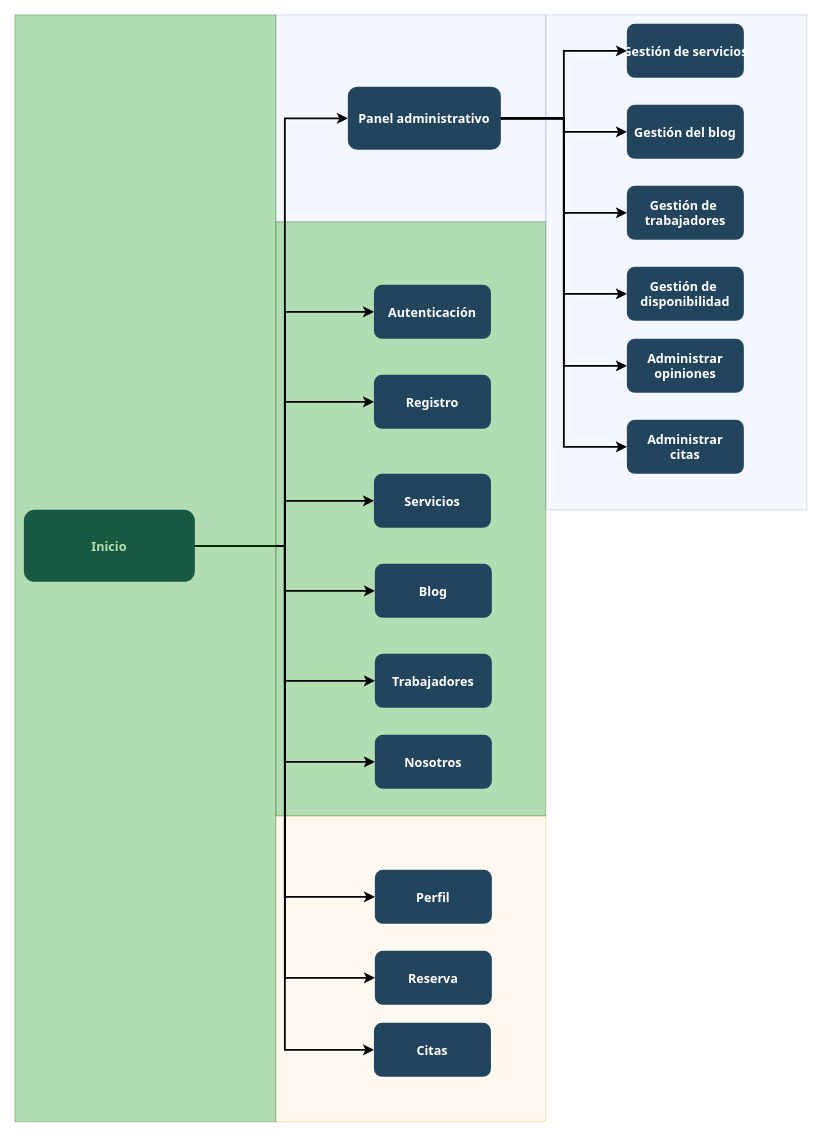
carterror/citalegal-transconsul keeps this draw.io diagram as Untitled Diagram.drawio. Above is the earlier version. Source tidied: cells renumbered, new cells numbered last; positions are measured from the earlier drawing's top-left corner, leaving out a move shared by most shapes. Both pictures are drawn from the tidied source at 90%, with x=0, y=0 at pixel (14, 14).
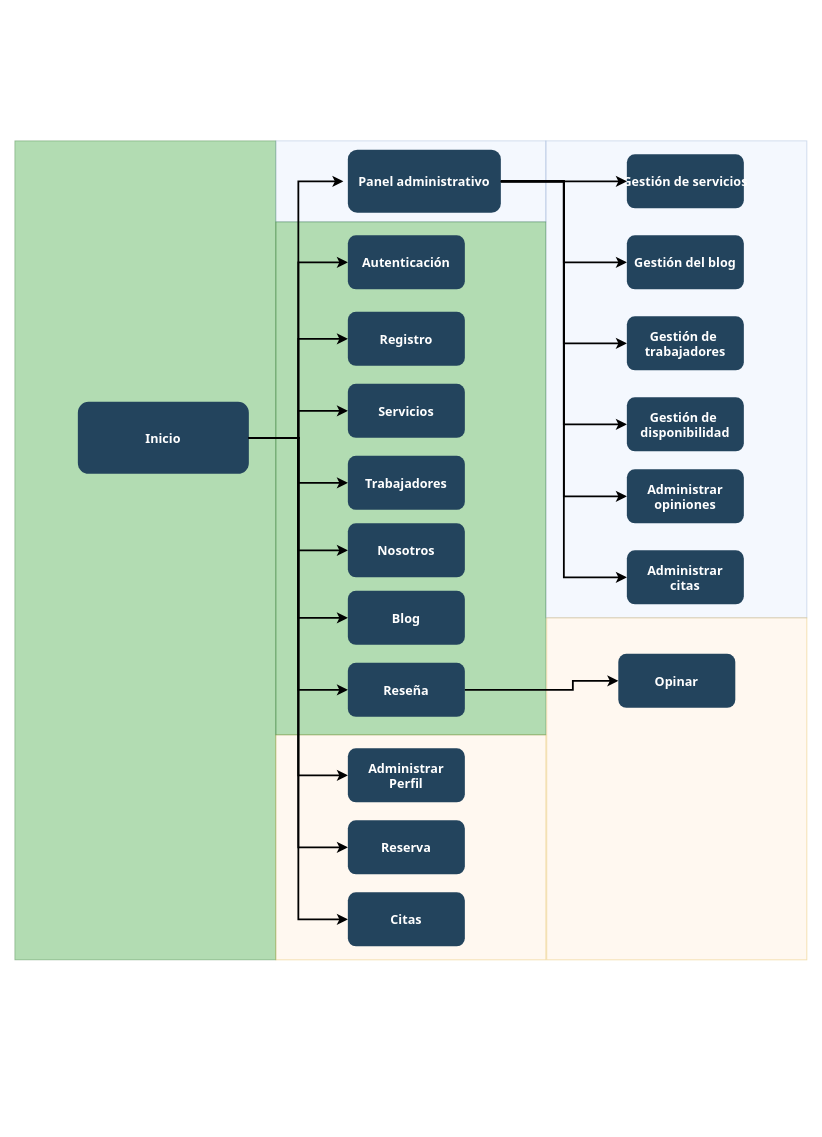
Above is the later version.

Diff of the diagram source:
```diff
@@
+    <mxCell id="27" style="fillColor=#008a00;strokeColor=#005700;opacity=30;fontColor=#ffffff;" parent="1" vertex="1">
+      <mxGeometry y="140" width="290" height="910" as="geometry" />
+    </mxCell>
     <mxCell id="2" style="fillColor=#dae8fc;strokeColor=#6c8ebf;opacity=30;" parent="1" vertex="1">
-      <mxGeometry x="590" width="290" height="550" as="geometry" />
+      <mxGeometry x="590" y="140" width="290" height="530" as="geometry" />
     </mxCell>
     <mxCell id="3" style="fillColor=#dae8fc;strokeColor=#6c8ebf;opacity=30;" parent="1" vertex="1">
-      <mxGeometry x="290" width="300" height="230" as="geometry" />
+      <mxGeometry x="290" y="140" width="300" height="90" as="geometry" />
     </mxCell>
     <mxCell id="4" style="fillColor=#ffe6cc;strokeColor=#d79b00;opacity=30;" parent="1" vertex="1">
-      <mxGeometry x="290" y="890" width="300" height="340" as="geometry" />
+      <mxGeometry x="290" y="800" width="300" height="250" as="geometry" />
     </mxCell>
     <mxCell id="5" style="fillColor=#008a00;strokeColor=#005700;opacity=30;fontColor=#ffffff;" parent="1" vertex="1">
-      <mxGeometry x="290" y="230" width="300" height="660" as="geometry" />
+      <mxGeometry x="290" y="230" width="300" height="570" as="geometry" />
     </mxCell>
     <mxCell id="6" value="Inicio" style="rounded=1;fillColor=#23445D;gradientColor=none;strokeColor=none;fontColor=#FFFFFF;fontStyle=1;fontFamily=Tahoma;fontSize=14;" parent="1" vertex="1">
-      <mxGeometry x="10" y="550" width="190" height="80" as="geometry" />
+      <mxGeometry x="70" y="430" width="190" height="80" as="geometry" />
     </mxCell>
     <mxCell id="7" value="Panel administrativo" style="rounded=1;fillColor=#23445D;gradientColor=none;strokeColor=none;fontColor=#FFFFFF;fontStyle=1;fontFamily=Tahoma;fontSize=14;" parent="1" vertex="1">
-      <mxGeometry x="370" y="80" width="170" height="70" as="geometry" />
+      <mxGeometry x="370" y="150" width="170" height="70" as="geometry" />
     </mxCell>
     <mxCell id="8" value="Autenticación" style="rounded=1;fillColor=#23445D;gradientColor=none;strokeColor=none;fontColor=#FFFFFF;fontStyle=1;fontFamily=Tahoma;fontSize=14;" parent="1" vertex="1">
-      <mxGeometry x="399" y="300" width="130" height="60" as="geometry" />
+      <mxGeometry x="370" y="245" width="130" height="60" as="geometry" />
     </mxCell>
     <mxCell id="9" value="Registro" style="rounded=1;fillColor=#23445D;gradientColor=none;strokeColor=none;fontColor=#FFFFFF;fontStyle=1;fontFamily=Tahoma;fontSize=14;" parent="1" vertex="1">
-      <mxGeometry x="399" y="400" width="130" height="60" as="geometry" />
+      <mxGeometry x="370" y="330" width="130" height="60" as="geometry" />
     </mxCell>
     <mxCell id="10" value="Reserva" style="rounded=1;fillColor=#23445D;gradientColor=none;strokeColor=none;fontColor=#FFFFFF;fontStyle=1;fontFamily=Tahoma;fontSize=14;" parent="1" vertex="1">
-      <mxGeometry x="400" y="1040" width="130" height="60" as="geometry" />
+      <mxGeometry x="370" y="895" width="130" height="60" as="geometry" />
     </mxCell>
     <mxCell id="11" value="Trabajadores" style="rounded=1;fillColor=#23445D;gradientColor=none;strokeColor=none;fontColor=#FFFFFF;fontStyle=1;fontFamily=Tahoma;fontSize=14;" parent="1" vertex="1">
-      <mxGeometry x="400" y="710" width="130" height="60" as="geometry" />
+      <mxGeometry x="370" y="490" width="130" height="60" as="geometry" />
     </mxCell>
@@
     <mxCell id="13" value="Citas" style="rounded=1;fillColor=#23445D;gradientColor=none;strokeColor=none;fontColor=#FFFFFF;fontStyle=1;fontFamily=Tahoma;fontSize=14;" parent="1" vertex="1">
-      <mxGeometry x="399" y="1120" width="130" height="60" as="geometry" />
+      <mxGeometry x="370" y="975" width="130" height="60" as="geometry" />
     </mxCell>
     <mxCell id="14" value="Blog" style="rounded=1;fillColor=#23445D;gradientColor=none;strokeColor=none;fontColor=#FFFFFF;fontStyle=1;fontFamily=Tahoma;fontSize=14;" parent="1" vertex="1">
-      <mxGeometry x="400" y="610" width="130" height="60" as="geometry" />
+      <mxGeometry x="370" y="640" width="130" height="60" as="geometry" />
     </mxCell>
     <mxCell id="15" value="Servicios" style="rounded=1;fillColor=#23445D;gradientColor=none;strokeColor=none;fontColor=#FFFFFF;fontStyle=1;fontFamily=Tahoma;fontSize=14;" parent="1" vertex="1">
-      <mxGeometry x="399" y="510" width="130" height="60" as="geometry" />
+      <mxGeometry x="370" y="410" width="130" height="60" as="geometry" />
     </mxCell>
     <mxCell id="16" value="Nosotros" style="rounded=1;fillColor=#23445D;gradientColor=none;strokeColor=none;fontColor=#FFFFFF;fontStyle=1;fontFamily=Tahoma;fontSize=14;" parent="1" vertex="1">
-      <mxGeometry x="400" y="800" width="130" height="60" as="geometry" />
+      <mxGeometry x="370" y="565" width="130" height="60" as="geometry" />
     </mxCell>
-    <mxCell id="17" value="Perfil" style="rounded=1;fillColor=#23445D;gradientColor=none;strokeColor=none;fontColor=#FFFFFF;fontStyle=1;fontFamily=Tahoma;fontSize=14;" parent="1" vertex="1">
-      <mxGeometry x="400" y="950" width="130" height="60" as="geometry" />
+    <mxCell id="17" value="Administrar&#10;Perfil" style="rounded=1;fillColor=#23445D;gradientColor=none;strokeColor=none;fontColor=#FFFFFF;fontStyle=1;fontFamily=Tahoma;fontSize=14;" parent="1" vertex="1">
+      <mxGeometry x="370" y="815" width="130" height="60" as="geometry" />
     </mxCell>
@@
-    <mxCell id="24" style="edgeStyle=elbowEdgeStyle;strokeWidth=2;rounded=0;entryX=0;entryY=0.5;entryDx=0;entryDy=0;" parent="1" edge="1" target="13">
-      <mxGeometry x="347" y="225.5" as="geometry">
-        <mxPoint x="201" y="590" as="sourcePoint" />
-      </mxGeometry>
+    <mxCell id="24" style="edgeStyle=elbowEdgeStyle;strokeWidth=2;rounded=0;entryX=0;entryY=0.5;entryDx=0;entryDy=0;exitX=1;exitY=0.5;exitDx=0;exitDy=0;" parent="1" edge="1" source="6" target="13">
+      <mxGeometry x="347" y="225.5" as="geometry" />
     </mxCell>
@@
-    <mxCell id="26" style="edgeStyle=elbowEdgeStyle;strokeWidth=2;rounded=0;exitX=1;exitY=0.5;exitDx=0;exitDy=0;entryX=0;entryY=0.5;entryDx=0;entryDy=0;" parent="1" edge="1" source="6" target="7">
+    <mxCell id="26" style="edgeStyle=elbowEdgeStyle;strokeWidth=2;rounded=0;exitX=1;exitY=0.5;exitDx=0;exitDy=0;entryX=0;entryY=0.5;entryDx=0;entryDy=0;" parent="1" edge="1" source="6">
       <mxGeometry x="347" y="225.5" as="geometry">
+        <mxPoint x="365" y="185" as="targetPoint" />
         <Array as="points">
-          <mxPoint x="300" y="350" />
+          <mxPoint x="315" y="330" />
         </Array>
       </mxGeometry>
     </mxCell>
-    <mxCell id="27" style="fillColor=#008a00;strokeColor=#005700;opacity=30;fontColor=#ffffff;" parent="1" vertex="1">
-      <mxGeometry width="290" height="1230" as="geometry" />
-    </mxCell>
     <mxCell id="28" value="Gestión de &#10;trabajadores" style="rounded=1;fillColor=#23445D;gradientColor=none;strokeColor=none;fontColor=#FFFFFF;fontStyle=1;fontFamily=Tahoma;fontSize=14;" parent="1" vertex="1">
-      <mxGeometry x="680" y="190" width="130" height="60" as="geometry" />
+      <mxGeometry x="680" y="335" width="130" height="60" as="geometry" />
     </mxCell>
     <mxCell id="29" value="Gestión del blog" style="rounded=1;fillColor=#23445D;gradientColor=none;strokeColor=none;fontColor=#FFFFFF;fontStyle=1;fontFamily=Tahoma;fontSize=14;" parent="1" vertex="1">
-      <mxGeometry x="680" y="100" width="130" height="60" as="geometry" />
+      <mxGeometry x="680" y="245" width="130" height="60" as="geometry" />
     </mxCell>
     <mxCell id="30" value="Gestión de servicios" style="rounded=1;fillColor=#23445D;gradientColor=none;strokeColor=none;fontColor=#FFFFFF;fontStyle=1;fontFamily=Tahoma;fontSize=14;" parent="1" vertex="1">
-      <mxGeometry x="680" y="10" width="130" height="60" as="geometry" />
+      <mxGeometry x="680" y="155" width="130" height="60" as="geometry" />
     </mxCell>
     <mxCell id="31" value="Gestión de &#10;disponibilidad" style="rounded=1;fillColor=#23445D;gradientColor=none;strokeColor=none;fontColor=#FFFFFF;fontStyle=1;fontFamily=Tahoma;fontSize=14;" parent="1" vertex="1">
-      <mxGeometry x="680" y="280" width="130" height="60" as="geometry" />
+      <mxGeometry x="680" y="425" width="130" height="60" as="geometry" />
     </mxCell>
@@
     <mxCell id="37" value="Administrar&#10;opiniones" style="rounded=1;fillColor=#23445D;gradientColor=none;strokeColor=none;fontColor=#FFFFFF;fontStyle=1;fontFamily=Tahoma;fontSize=14;" parent="1" vertex="1">
-      <mxGeometry x="680" y="360" width="130" height="60" as="geometry" />
+      <mxGeometry x="680" y="505" width="130" height="60" as="geometry" />
     </mxCell>
     <mxCell id="38" value="Administrar&#10;citas" style="rounded=1;fillColor=#23445D;gradientColor=none;strokeColor=none;fontColor=#FFFFFF;fontStyle=1;fontFamily=Tahoma;fontSize=14;" parent="1" vertex="1">
-      <mxGeometry x="680" y="450" width="130" height="60" as="geometry" />
+      <mxGeometry x="680" y="595" width="130" height="60" as="geometry" />
     </mxCell>
@@
+    <mxCell id="40" style="fillColor=#ffe6cc;strokeColor=#d79b00;opacity=30;" parent="1" vertex="1">
+      <mxGeometry x="591" y="670" width="289" height="380" as="geometry" />
+    </mxCell>
+    <mxCell id="41" value="Reseña" style="rounded=1;fillColor=#23445D;gradientColor=none;strokeColor=none;fontColor=#FFFFFF;fontStyle=1;fontFamily=Tahoma;fontSize=14;" parent="1" vertex="1">
+      <mxGeometry x="370" y="720" width="130" height="60" as="geometry" />
+    </mxCell>
+    <mxCell id="42" style="edgeStyle=elbowEdgeStyle;strokeWidth=2;rounded=0;exitX=1;exitY=0.5;exitDx=0;exitDy=0;entryX=0;entryY=0.5;entryDx=0;entryDy=0;" parent="1" edge="1" source="6" target="41">
+      <mxGeometry x="347" y="225.5" as="geometry" />
+    </mxCell>
+    <mxCell id="43" value="Opinar" style="rounded=1;fillColor=#23445D;gradientColor=none;strokeColor=none;fontColor=#FFFFFF;fontStyle=1;fontFamily=Tahoma;fontSize=14;" parent="1" vertex="1">
+      <mxGeometry x="670.5" y="710" width="130" height="60" as="geometry" />
+    </mxCell>
+    <mxCell id="44" style="edgeStyle=elbowEdgeStyle;strokeWidth=2;rounded=0;exitX=1;exitY=0.5;exitDx=0;exitDy=0;entryX=0;entryY=0.5;entryDx=0;entryDy=0;" parent="1" edge="1" source="41" target="43">
+      <mxGeometry x="347" y="225.5" as="geometry">
+        <Array as="points">
+          <mxPoint x="620" y="710" />
+        </Array>
+      </mxGeometry>
+    </mxCell>
```
